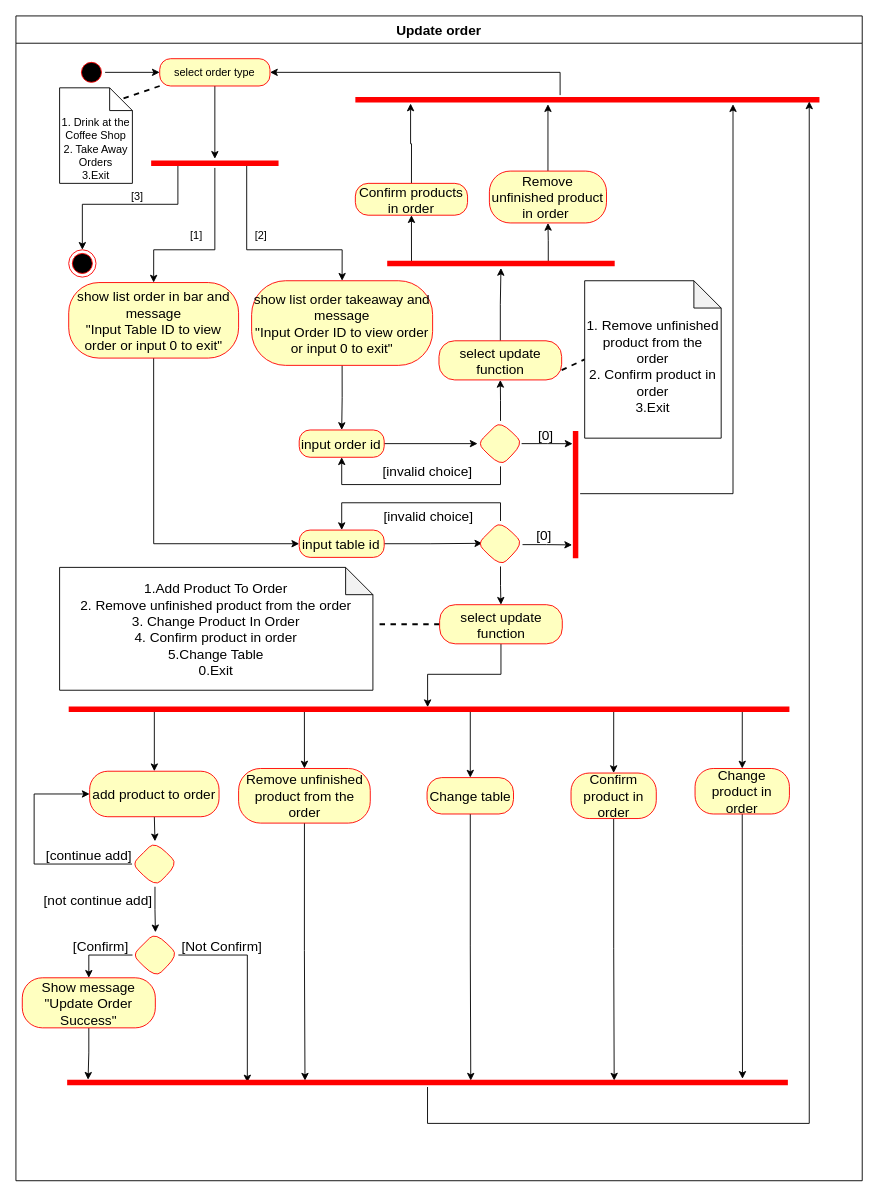
Before: page "Update order" (4 of 11) of Diagram/Activity_Diagram/Activity-diagram.drawio in NDuc-Dev/Project-1, a draw.io diagram. Source tidied: cells renumbered, new cells numbered last; positions are measured from the earlier drawing's top-left corner, leaving out a move shared by most shapes. Both pictures are drawn from the tidied source at 91%, with x=0, y=0 at pixel (15, 15).
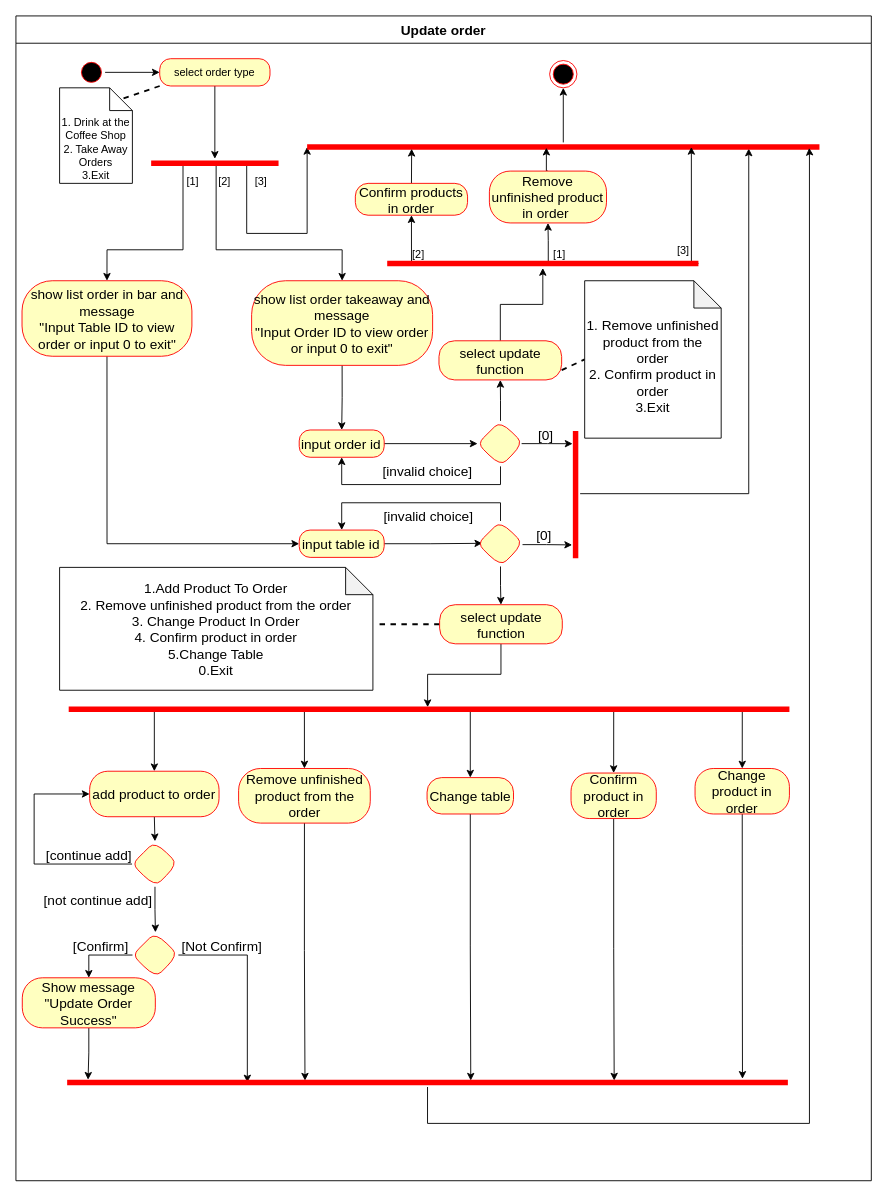
The same page after the edit.

The change refers to these unchanged cells:
```xml
<mxCell id="7" value="select order type" style="rounded=1;whiteSpace=wrap;html=1;arcSize=40;fontColor=#000000;fillColor=#ffffc0;strokeColor=#ff0000;" parent="2" vertex="1">
  <mxGeometry x="158" y="47" width="121.2" height="30" as="geometry" />
</mxCell>
<mxCell id="12" style="shape=line;html=1;strokeWidth=6;strokeColor=#ff0000;fontSize=15;" parent="2" vertex="1">
  <mxGeometry x="148.6" y="157" width="140" height="10" as="geometry" />
</mxCell>
<mxCell id="19" value="&lt;font style=&quot;font-size: 15px;&quot;&gt;show list order takeaway and message &lt;br style=&quot;font-size: 15px;&quot;&gt;&quot;Input Order ID to view order or input 0 to exit&quot;&lt;/font&gt;" style="rounded=1;whiteSpace=wrap;html=1;arcSize=40;fontColor=#000000;fillColor=#ffffc0;strokeColor=#ff0000;fontSize=15;" parent="2" vertex="1">
  <mxGeometry x="259" y="291" width="198.9" height="93" as="geometry" />
</mxCell>
<mxCell id="36" style="shape=line;html=1;strokeWidth=6;strokeColor=#ff0000;direction=south;fontSize=15;" parent="2" vertex="1">
  <mxGeometry x="610" y="456" width="10" height="140" as="geometry" />
</mxCell>
<mxCell id="49" value="&lt;font style=&quot;font-size: 15px;&quot;&gt;Confirm products in order&lt;/font&gt;" style="rounded=1;whiteSpace=wrap;html=1;arcSize=40;fontColor=#000000;fillColor=#ffffc0;strokeColor=#ff0000;fontSize=15;" parent="2" vertex="1">
  <mxGeometry x="373" y="184" width="123.3" height="35" as="geometry" />
</mxCell>
<mxCell id="51" value="&lt;font style=&quot;font-size: 15px;&quot;&gt;Remove unfinished product in order&amp;nbsp;&lt;/font&gt;" style="rounded=1;whiteSpace=wrap;html=1;arcSize=40;fontColor=#000000;fillColor=#ffffc0;strokeColor=#ff0000;fontSize=15;" parent="2" vertex="1">
  <mxGeometry x="520.3" y="170.5" width="128.7" height="57" as="geometry" />
</mxCell>
<mxCell id="85" style="shape=line;html=1;strokeWidth=6;strokeColor=#ff0000;direction=west;fontSize=15;" parent="2" vertex="1">
  <mxGeometry x="56.3" y="1167" width="792" height="10" as="geometry" />
</mxCell>
```

Change to the diagram source:
```diff
@@
     <mxCell id="2" value="Update order" style="swimlane;fontStyle=1;align=center;horizontal=1;startSize=30;html=1;whiteSpace=wrap;fontSize=15;swimlaneFillColor=default;" parent="1" vertex="1">
-      <mxGeometry width="930" height="1280" as="geometry" />
+      <mxGeometry width="940" height="1280" as="geometry" />
     </mxCell>
@@
-    <mxCell id="9" style="edgeStyle=orthogonalEdgeStyle;rounded=0;jettySize=auto;html=1;exitX=0.25;exitY=0.5;exitDx=0;exitDy=0;exitPerimeter=0;entryX=0.5;entryY=0;entryDx=0;entryDy=0;" parent="2" edge="1" source="12" target="13">
-      <mxGeometry relative="1" as="geometry">
-        <Array as="points">
-          <mxPoint x="178" y="162" />
-          <mxPoint x="178" y="207" />
-          <mxPoint x="73" y="207" />
-        </Array>
-      </mxGeometry>
-    </mxCell>
-    <mxCell id="10" style="edgeStyle=orthogonalEdgeStyle;rounded=0;jettySize=auto;html=1;entryX=0.5;entryY=0;entryDx=0;entryDy=0;" parent="2" edge="1" source="12" target="16">
+    <mxCell id="10" style="edgeStyle=orthogonalEdgeStyle;rounded=0;jettySize=auto;html=1;entryX=0.5;entryY=0;entryDx=0;entryDy=0;exitX=0.25;exitY=0.5;exitDx=0;exitDy=0;exitPerimeter=0;" parent="2" edge="1" source="12" target="16">
       <mxGeometry relative="1" as="geometry">
         <Array as="points">
-          <mxPoint x="219" y="257" />
-          <mxPoint x="151" y="257" />
+          <mxPoint x="184" y="257" />
+          <mxPoint x="100" y="257" />
+          <mxPoint x="100" y="291" />
         </Array>
       </mxGeometry>
     </mxCell>
-    <mxCell id="11" style="edgeStyle=orthogonalEdgeStyle;rounded=0;jettySize=auto;html=1;exitX=0.75;exitY=0.5;exitDx=0;exitDy=0;exitPerimeter=0;entryX=0.5;entryY=0;entryDx=0;entryDy=0;" parent="2" edge="1" source="12" target="19">
+    <mxCell id="11" style="edgeStyle=orthogonalEdgeStyle;rounded=0;jettySize=auto;html=1;exitX=0.489;exitY=0.547;exitDx=0;exitDy=0;exitPerimeter=0;entryX=0.5;entryY=0;entryDx=0;entryDy=0;" parent="2" edge="1" source="12" target="19">
       <mxGeometry relative="1" as="geometry">
         <Array as="points">
-          <mxPoint x="254" y="257" />
-          <mxPoint x="358" y="257" />
-          <mxPoint x="358" y="291" />
+          <mxPoint x="220" y="162" />
+          <mxPoint x="220" y="257" />
+          <mxPoint x="359" y="257" />
         </Array>
       </mxGeometry>
     </mxCell>
+    <mxCell id="86" style="edgeStyle=orthogonalEdgeStyle;rounded=0;jettySize=auto;html=1;exitX=0.75;exitY=0.5;exitDx=0;exitDy=0;exitPerimeter=0;entryX=0;entryY=0.5;entryDx=0;entryDy=0;entryPerimeter=0;" parent="2" edge="1" source="12" target="44">
+      <mxGeometry relative="1" as="geometry">
+        <Array as="points">
+          <mxPoint x="254" y="239" />
+          <mxPoint x="320" y="239" />
+        </Array>
+      </mxGeometry>
+    </mxCell>
@@
-    <mxCell id="13" style="ellipse;html=1;shape=endState;fillColor=#000000;strokeColor=#ff0000;fontSize=15;" parent="2" vertex="1">
-      <mxGeometry x="58" y="257" width="30" height="30" as="geometry" />
-    </mxCell>
     <mxCell id="14" value="[3]" style="text;html=1;align=center;verticalAlign=middle;strokeColor=none;fillColor=none;" parent="2" vertex="1">
-      <mxGeometry x="113" y="184" width="40" height="30" as="geometry" />
+      <mxGeometry x="248.6" y="167" width="40" height="30" as="geometry" />
     </mxCell>
@@
     <mxCell id="16" value="&lt;font style=&quot;font-size: 15px;&quot;&gt;show list order in bar and message &lt;br style=&quot;font-size: 15px;&quot;&gt;&quot;Input Table ID to view order or input 0 to exit&quot;&lt;/font&gt;" style="rounded=1;whiteSpace=wrap;html=1;arcSize=40;fontColor=#000000;fillColor=#ffffc0;strokeColor=#ff0000;fontSize=15;" parent="2" vertex="1">
-      <mxGeometry x="58" y="293" width="186.7" height="83" as="geometry" />
+      <mxGeometry x="6.7" y="291" width="186.7" height="83" as="geometry" />
     </mxCell>
     <mxCell id="17" value="[1]" style="text;html=1;align=center;verticalAlign=middle;strokeColor=none;fillColor=none;" parent="2" vertex="1">
-      <mxGeometry x="178" y="227" width="40" height="30" as="geometry" />
+      <mxGeometry x="174.1" y="166.5" width="40" height="30" as="geometry" />
     </mxCell>
@@
     <mxCell id="20" value="[2]" style="text;html=1;align=center;verticalAlign=middle;strokeColor=none;fillColor=none;" parent="2" vertex="1">
-      <mxGeometry x="248.6" y="227" width="40" height="30" as="geometry" />
+      <mxGeometry x="208.6" y="167" width="40" height="30" as="geometry" />
     </mxCell>
@@
-    <mxCell id="35" style="edgeStyle=orthogonalEdgeStyle;rounded=0;jettySize=auto;html=1;" parent="2" edge="1" source="36" target="44">
+    <mxCell id="35" style="edgeStyle=orthogonalEdgeStyle;rounded=0;jettySize=auto;html=1;entryX=0.862;entryY=0.67;entryDx=0;entryDy=0;entryPerimeter=0;" parent="2" edge="1" source="36" target="44">
       <mxGeometry relative="1" as="geometry">
         <Array as="points">
-          <mxPoint x="788" y="525" />
+          <mxPoint x="805" y="525" />
         </Array>
       </mxGeometry>
     </mxCell>
@@
-    <mxCell id="43" style="edgeStyle=orthogonalEdgeStyle;rounded=0;jettySize=auto;html=1;entryX=1;entryY=0.5;entryDx=0;entryDy=0;" parent="2" edge="1" source="44" target="7">
-      <mxGeometry relative="1" as="geometry">
-        <Array as="points">
-          <mxPoint x="598" y="62" />
-        </Array>
-      </mxGeometry>
-    </mxCell>
+    <mxCell id="87" style="edgeStyle=orthogonalEdgeStyle;rounded=0;jettySize=auto;html=1;entryX=0.5;entryY=1;entryDx=0;entryDy=0;" parent="2" edge="1" source="44" target="89">
+      <mxGeometry relative="1" as="geometry" />
+    </mxCell>
     <mxCell id="44" style="shape=line;html=1;strokeWidth=6;strokeColor=#ff0000;fontSize=15;" parent="2" vertex="1">
-      <mxGeometry x="373" y="87" width="510" height="10" as="geometry" />
+      <mxGeometry x="320" y="139" width="563" height="10" as="geometry" />
     </mxCell>
@@
+    <mxCell id="88" style="edgeStyle=orthogonalEdgeStyle;rounded=0;jettySize=auto;html=1;exitX=1;exitY=0.5;exitDx=0;exitDy=0;exitPerimeter=0;entryX=0.75;entryY=0.5;entryDx=0;entryDy=0;entryPerimeter=0;" parent="2" edge="1" source="47" target="44">
+      <mxGeometry relative="1" as="geometry">
+        <Array as="points">
+          <mxPoint x="742" y="272" />
+        </Array>
+      </mxGeometry>
+    </mxCell>
     <mxCell id="47" style="shape=line;html=1;strokeWidth=6;strokeColor=#ff0000;fontSize=15;" parent="2" vertex="1">
-      <mxGeometry x="408" y="267" width="250" height="10" as="geometry" />
+      <mxGeometry x="408" y="267" width="342" height="10" as="geometry" />
     </mxCell>
-    <mxCell id="48" style="edgeStyle=orthogonalEdgeStyle;rounded=0;jettySize=auto;html=1;exitX=0.5;exitY=0;exitDx=0;exitDy=0;entryX=0.119;entryY=0.925;entryDx=0;entryDy=0;entryPerimeter=0;" parent="2" edge="1" source="49" target="44">
+    <mxCell id="48" style="edgeStyle=orthogonalEdgeStyle;rounded=0;jettySize=auto;html=1;exitX=0.5;exitY=0;exitDx=0;exitDy=0;entryX=0.204;entryY=0.7;entryDx=0;entryDy=0;entryPerimeter=0;" parent="2" edge="1" source="49" target="44">
       <mxGeometry relative="1" as="geometry" />
     </mxCell>
@@
-    <mxCell id="50" style="edgeStyle=orthogonalEdgeStyle;rounded=0;jettySize=auto;html=1;exitX=0.5;exitY=0;exitDx=0;exitDy=0;entryX=0.415;entryY=1;entryDx=0;entryDy=0;entryPerimeter=0;" parent="2" edge="1" source="51" target="44">
+    <mxCell id="50" style="edgeStyle=orthogonalEdgeStyle;rounded=0;jettySize=auto;html=1;exitX=0.5;exitY=0;exitDx=0;exitDy=0;entryX=0.467;entryY=0.582;entryDx=0;entryDy=0;entryPerimeter=0;" parent="2" edge="1" source="51" target="44">
       <mxGeometry relative="1" as="geometry" />
     </mxCell>
@@
-    <mxCell id="84" style="edgeStyle=orthogonalEdgeStyle;rounded=0;jettySize=auto;html=1;entryX=0.978;entryY=0.7;entryDx=0;entryDy=0;entryPerimeter=0;" parent="2" edge="1" source="85" target="44">
+    <mxCell id="84" style="edgeStyle=orthogonalEdgeStyle;rounded=0;jettySize=auto;html=1;entryX=0.98;entryY=0.6;entryDx=0;entryDy=0;entryPerimeter=0;" parent="2" edge="1" source="85" target="44">
       <mxGeometry relative="1" as="geometry">
         <Array as="points">
           <mxPoint x="452" y="1217" />
           <mxPoint x="872" y="1217" />
+          <mxPoint x="872" y="149" />
+          <mxPoint x="872" y="149" />
         </Array>
       </mxGeometry>
     </mxCell>
@@
+    <mxCell id="89" style="ellipse;html=1;shape=endState;fillColor=#000000;strokeColor=#ff0000;fontSize=15;" parent="2" vertex="1">
+      <mxGeometry x="586.5" y="49" width="30" height="30" as="geometry" />
+    </mxCell>
+    <mxCell id="90" value="[1]" style="text;html=1;align=center;verticalAlign=middle;strokeColor=none;fillColor=none;" parent="2" vertex="1">
+      <mxGeometry x="576.5" y="247" width="40" height="30" as="geometry" />
+    </mxCell>
+    <mxCell id="91" value="[2]" style="text;html=1;align=center;verticalAlign=middle;strokeColor=none;fillColor=none;" parent="2" vertex="1">
+      <mxGeometry x="421.9" y="247" width="40" height="30" as="geometry" />
+    </mxCell>
+    <mxCell id="92" value="[3]" style="text;html=1;align=center;verticalAlign=middle;strokeColor=none;fillColor=none;" parent="2" vertex="1">
+      <mxGeometry x="713" y="243" width="40" height="30" as="geometry" />
+    </mxCell>
```
